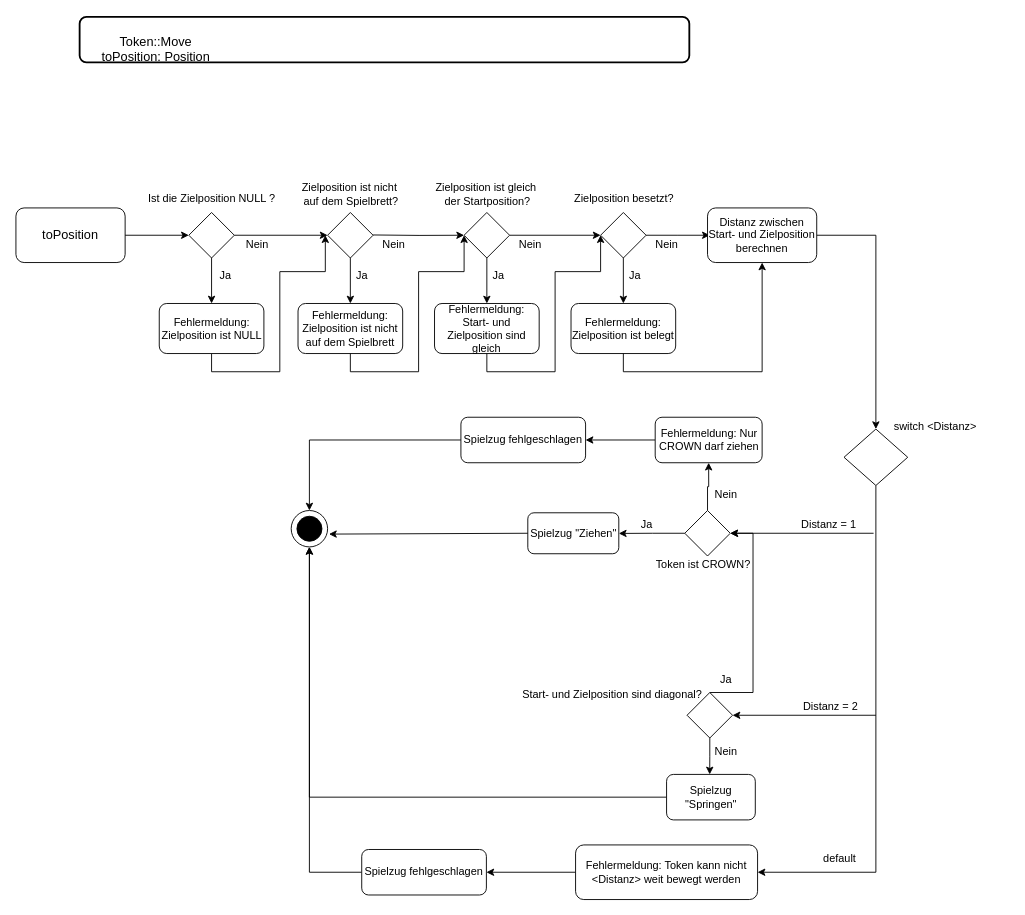
schaefereric/uml-stash keeps this draw.io diagram as token_move.drawio. Above is the earlier version. Source tidied: cells renumbered, new cells numbered last; positions are measured from the earlier drawing's top-left corner, leaving out a move shared by most shapes. Both pictures are drawn from the tidied source at 91%, with x=0, y=0 at pixel (15, 16).
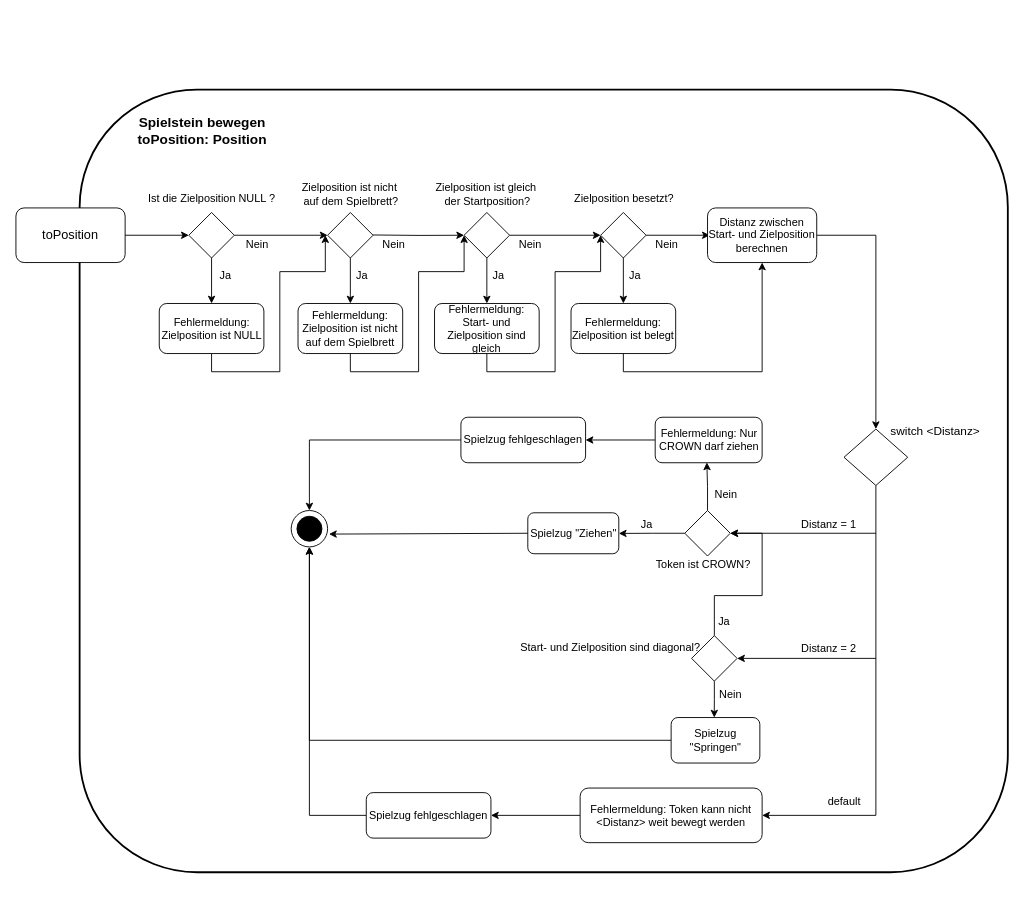
The same page after the edit.

The change refers to these unchanged cells:
```xml
<mxCell id="47" style="rhombus;whiteSpace=wrap;html=1;" parent="1" vertex="1">
  <mxGeometry x="735" y="542.5" width="50" height="50" as="geometry" />
</mxCell>
<mxCell id="55" value="Fehlermeldung: Nur CROWN darf ziehen" style="rounded=1;whiteSpace=wrap;html=1;" parent="1" vertex="1">
  <mxGeometry x="702.5" y="440" width="117.5" height="50" as="geometry" />
</mxCell>
```

The edit, as a diff of the source:
```diff
@@
     <mxCell id="3" style="rounded=1;whiteSpace=wrap;html=1;fillColor=none;strokeWidth=2;comic=0;" parent="1" vertex="1">
-      <mxGeometry x="70" width="670" height="50" as="geometry" />
+      <mxGeometry x="70" y="80" width="1020" height="860" as="geometry" />
     </mxCell>
@@
-    <mxCell id="5" value="&lt;div style=&quot;font-size: 14px;&quot;&gt;&lt;font style=&quot;font-size: 14px;&quot;&gt;Token::Move&lt;/font&gt;&lt;/div&gt;&lt;div style=&quot;font-size: 14px;&quot;&gt;&lt;font style=&quot;font-size: 14px;&quot;&gt;toPosition: Position&lt;font style=&quot;font-size: 14px;&quot;&gt;&lt;br&gt;&lt;/font&gt;&lt;/font&gt;&lt;/div&gt;" style="text;html=1;strokeColor=none;fillColor=none;align=center;verticalAlign=middle;whiteSpace=wrap;rounded=0;" parent="1" vertex="1">
-      <mxGeometry x="84" width="140" height="70" as="geometry" />
+    <mxCell id="5" value="&lt;div style=&quot;font-size: 15px;&quot;&gt;&lt;font style=&quot;font-size: 15px;&quot;&gt;&lt;b&gt;&lt;font style=&quot;font-size: 15px;&quot;&gt;Spielstein bewegen&lt;br&gt;&lt;/font&gt;&lt;/b&gt;&lt;/font&gt;&lt;/div&gt;&lt;div style=&quot;font-size: 15px;&quot;&gt;&lt;font style=&quot;font-size: 15px;&quot;&gt;&lt;b&gt;&lt;font style=&quot;font-size: 15px;&quot;&gt;toPosition: Position&lt;font style=&quot;font-size: 15px;&quot;&gt;&lt;br&gt;&lt;/font&gt;&lt;/font&gt;&lt;/b&gt;&lt;/font&gt;&lt;/div&gt;" style="text;html=1;strokeColor=none;fillColor=none;align=center;verticalAlign=middle;whiteSpace=wrap;rounded=0;" parent="1" vertex="1">
+      <mxGeometry x="120" y="90" width="170" height="70" as="geometry" />
     </mxCell>
@@
-    <mxCell id="43" value="switch &amp;lt;Distanz&amp;gt;" style="text;html=1;align=center;verticalAlign=middle;strokeColor=none;fillColor=none;" parent="1" vertex="1">
-      <mxGeometry x="955" y="435" width="110" height="30" as="geometry" />
+    <mxCell id="43" value="&lt;font style=&quot;font-size: 13px;&quot;&gt;switch &amp;lt;Distanz&amp;gt;&lt;/font&gt;" style="text;html=1;align=center;verticalAlign=middle;strokeColor=none;fillColor=none;" parent="1" vertex="1">
+      <mxGeometry x="950" y="440" width="120" height="30" as="geometry" />
     </mxCell>
     <mxCell id="44" style="endArrow=classic;html=1;rounded=0;entryX=1;entryY=0.5;entryDx=0;entryDy=0;" parent="1" edge="1" target="47">
       <mxGeometry relative="1" as="geometry">
-        <mxPoint x="942.5" y="567.5" as="sourcePoint" />
+        <mxPoint x="945" y="567.5" as="sourcePoint" />
       </mxGeometry>
     </mxCell>
@@
-    <mxCell id="46" style="edgeStyle=orthogonalEdgeStyle;rounded=0;jettySize=auto;html=1;exitX=0.5;exitY=0;exitDx=0;exitDy=0;entryX=0.5;entryY=1;entryDx=0;entryDy=0;" parent="1" edge="1" source="47" target="55">
+    <mxCell id="46" style="edgeStyle=orthogonalEdgeStyle;rounded=0;jettySize=auto;html=1;exitX=0.5;exitY=0;exitDx=0;exitDy=0;entryX=0.483;entryY=0.993;entryDx=0;entryDy=0;entryPerimeter=0;" parent="1" edge="1" source="47" target="55">
       <mxGeometry relative="1" as="geometry" />
     </mxCell>
@@
     <mxCell id="59" style="endArrow=classic;html=1;rounded=0;entryX=1;entryY=0.5;entryDx=0;entryDy=0;" parent="1" edge="1" target="62">
       <mxGeometry relative="1" as="geometry">
-        <mxPoint x="945" y="767.5" as="sourcePoint" />
+        <mxPoint x="945" y="705" as="sourcePoint" />
       </mxGeometry>
     </mxCell>
     <mxCell id="60" style="edgeStyle=orthogonalEdgeStyle;rounded=0;jettySize=auto;html=1;exitX=0.5;exitY=1;exitDx=0;exitDy=0;" parent="1" edge="1" source="62">
       <mxGeometry relative="1" as="geometry">
-        <mxPoint x="762.4" y="832.5" as="targetPoint" />
+        <mxPoint x="767.4" y="770" as="targetPoint" />
       </mxGeometry>
     </mxCell>
     <mxCell id="61" style="edgeStyle=orthogonalEdgeStyle;rounded=0;jettySize=auto;html=1;exitX=0.5;exitY=0;exitDx=0;exitDy=0;entryX=1;entryY=0.5;entryDx=0;entryDy=0;" parent="1" edge="1" source="62" target="47">
       <mxGeometry relative="1" as="geometry">
         <Array as="points">
-          <mxPoint x="810" y="743" />
-          <mxPoint x="810" y="568" />
-          <mxPoint x="785" y="568" />
+          <mxPoint x="768" y="636" />
+          <mxPoint x="820" y="636" />
+          <mxPoint x="820" y="568" />
         </Array>
       </mxGeometry>
     </mxCell>
     <mxCell id="62" style="rhombus;whiteSpace=wrap;html=1;" parent="1" vertex="1">
-      <mxGeometry x="737.5" y="742.5" width="50" height="50" as="geometry" />
+      <mxGeometry x="742.5" y="680" width="50" height="50" as="geometry" />
     </mxCell>
     <mxCell id="63" value="Distanz = 2" style="text;html=1;align=center;verticalAlign=middle;strokeColor=none;fillColor=none;" parent="1" vertex="1">
-      <mxGeometry x="855" y="742.5" width="80" height="30" as="geometry" />
+      <mxGeometry x="852.5" y="680" width="80" height="30" as="geometry" />
     </mxCell>
     <mxCell id="64" value="Start- und Zielposition sind diagonal?" style="text;html=1;align=center;verticalAlign=middle;strokeColor=none;fillColor=none;" parent="1" vertex="1">
-      <mxGeometry x="550" y="730" width="210" height="30" as="geometry" />
+      <mxGeometry x="547.5" y="677.5" width="210" height="30" as="geometry" />
     </mxCell>
     <mxCell id="65" value="Ja" style="text;html=1;align=center;verticalAlign=middle;strokeColor=none;fillColor=none;" parent="1" vertex="1">
-      <mxGeometry x="760" y="712.5" width="40" height="30" as="geometry" />
+      <mxGeometry x="757.5" y="650" width="40" height="30" as="geometry" />
     </mxCell>
@@
     <mxCell id="67" value="Spielzug &quot;Springen&quot;" style="rounded=1;whiteSpace=wrap;html=1;" parent="1" vertex="1">
-      <mxGeometry x="715" y="832.5" width="97.5" height="50" as="geometry" />
+      <mxGeometry x="720" y="770" width="97.5" height="50" as="geometry" />
     </mxCell>
     <mxCell id="68" value="Nein" style="text;html=1;align=center;verticalAlign=middle;strokeColor=none;fillColor=none;" parent="1" vertex="1">
-      <mxGeometry x="755" y="792.5" width="50" height="30" as="geometry" />
+      <mxGeometry x="760" y="730" width="50" height="30" as="geometry" />
     </mxCell>
     <mxCell id="69" value="default" style="text;html=1;align=center;verticalAlign=middle;strokeColor=none;fillColor=none;" parent="1" vertex="1">
-      <mxGeometry x="875" y="910" width="60" height="30" as="geometry" />
+      <mxGeometry x="880" y="847.5" width="60" height="30" as="geometry" />
     </mxCell>
@@
     <mxCell id="71" value="Fehlermeldung: Token kann nicht &amp;lt;Distanz&amp;gt; weit bewegt werden" style="rounded=1;whiteSpace=wrap;html=1;" parent="1" vertex="1">
-      <mxGeometry x="615" y="910" width="200" height="60" as="geometry" />
+      <mxGeometry x="620" y="847.5" width="200" height="60" as="geometry" />
     </mxCell>
@@
     <mxCell id="73" value="Spielzug fehlgeschlagen" style="rounded=1;whiteSpace=wrap;html=1;" parent="1" vertex="1">
-      <mxGeometry x="380" y="915" width="137" height="50" as="geometry" />
+      <mxGeometry x="385" y="852.5" width="137" height="50" as="geometry" />
     </mxCell>
```
